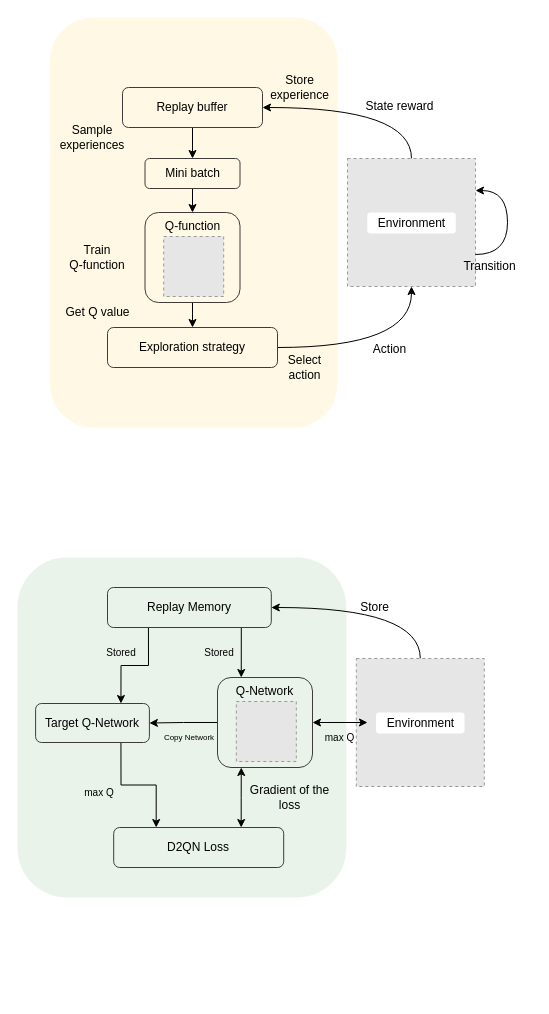
Before: DQN.drawio in ariesharry/SLR-Production-Scheduling, a draw.io diagram. Source tidied: cells renumbered, new cells numbered last; positions are measured from the earlier drawing's top-left corner, leaving out a move shared by most shapes. Both pictures are drawn from the tidied source at 100%, with x=0, y=0 at pixel (17, 17). Pictures stored in the file or linked from it are replaced by grey dashed boxes.
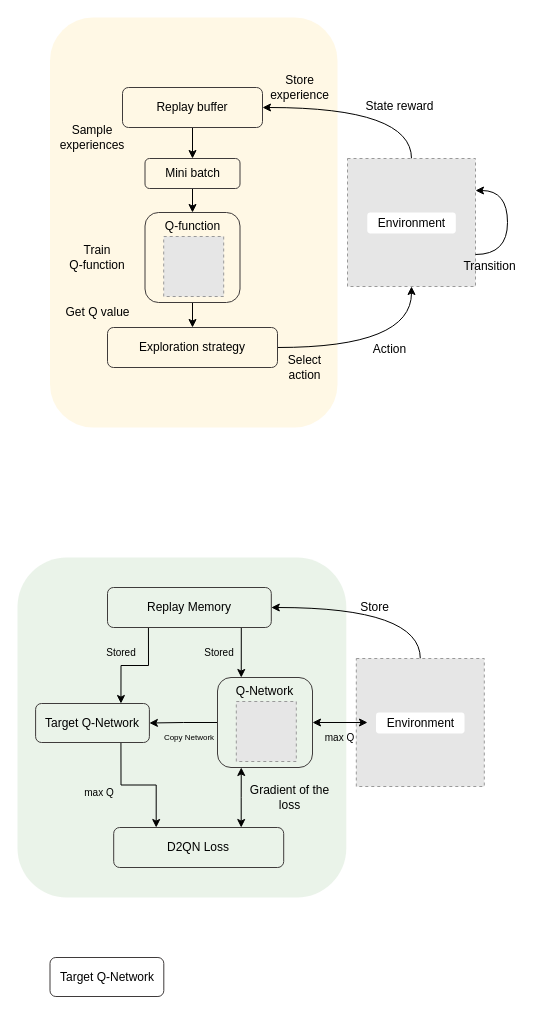
Above is the later version.

Change to the diagram source:
```diff
@@
+    <mxCell id="46" value="Target Q-Network" style="rounded=1;whiteSpace=wrap;html=1;fillColor=none;strokeColor=#3f3b3b;" parent="1" vertex="1">
+      <mxGeometry x="32.5" y="940" width="113.8" height="39" as="geometry" />
+    </mxCell>
```
